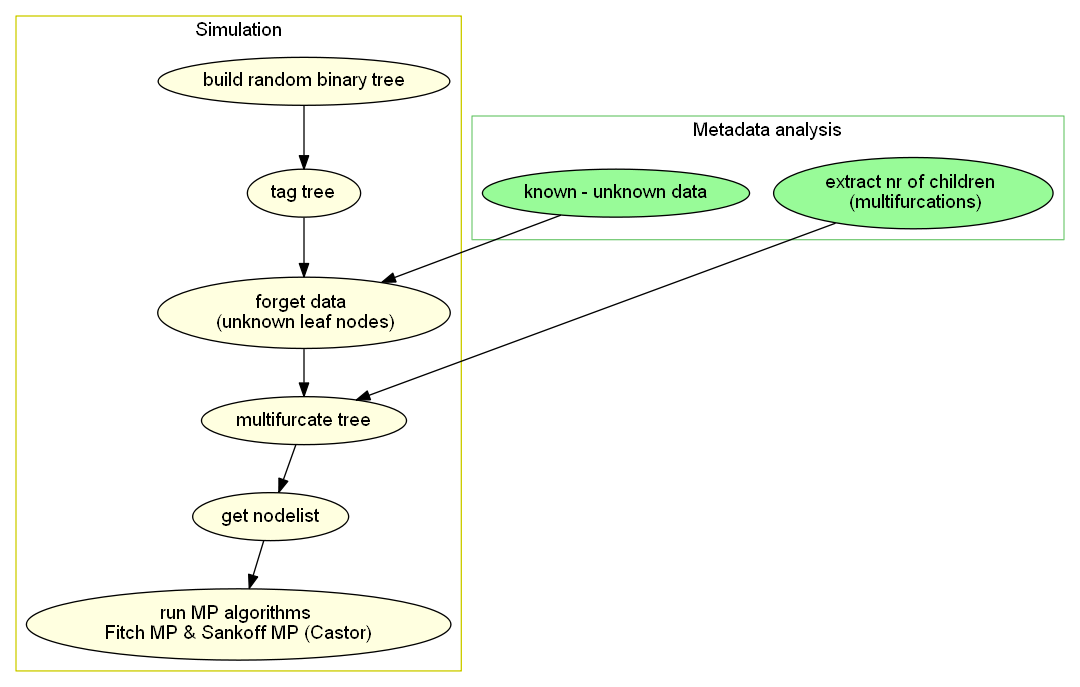
Before: Paper - Latex/Figures/Workflow-Simulation.png, a diagram exported from Graphviz (Irallia/IZW-HU-Parasites). Its source is kept beside it as Paper - Latex/Figures/Workflow-Simulation.gv.
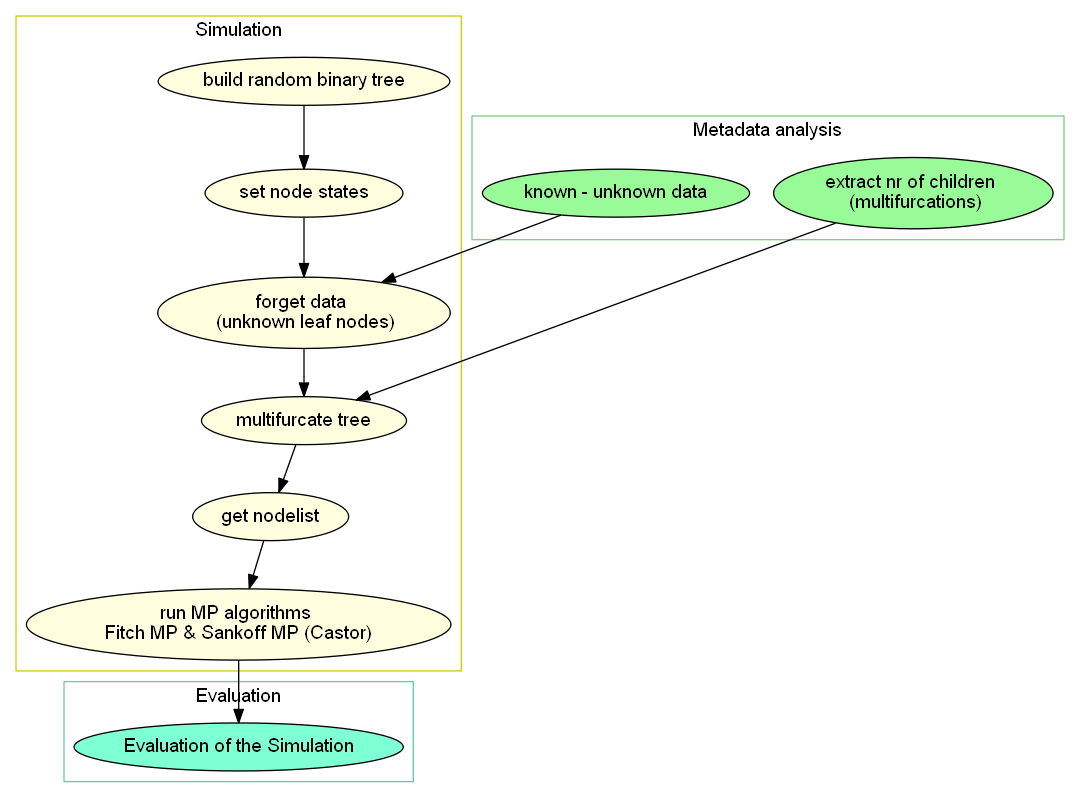
The same file after the commit.

Diff of the diagram source:
```diff
@@ -21,13 +21,23 @@
 	}
 
 	d0 [label = "build random binary tree"]
-	d1 [label = "tag tree"]
+	d1 [label = "set node states"]
 	d2 [label = "forget data \n (unknown leaf nodes)"]
 	d3 [label = "multifurcate tree"]
 	d4 [label = "get nodelist"]
 	d5 [label = "run MP algorithms \n Fitch MP & Sankoff MP (Castor) "]
 
+	subgraph cluster_5 {
+		label = "Evaluation";
+		node [fillcolor=aquamarine];
+		color=aquamarine3
+		f3;
+	}
+
+	f3 [label = "Evaluation of the Simulation"]
+
 	c0 -> d2;
 	c2 -> d3;
+	d5 -> f3;
 
 }
```
